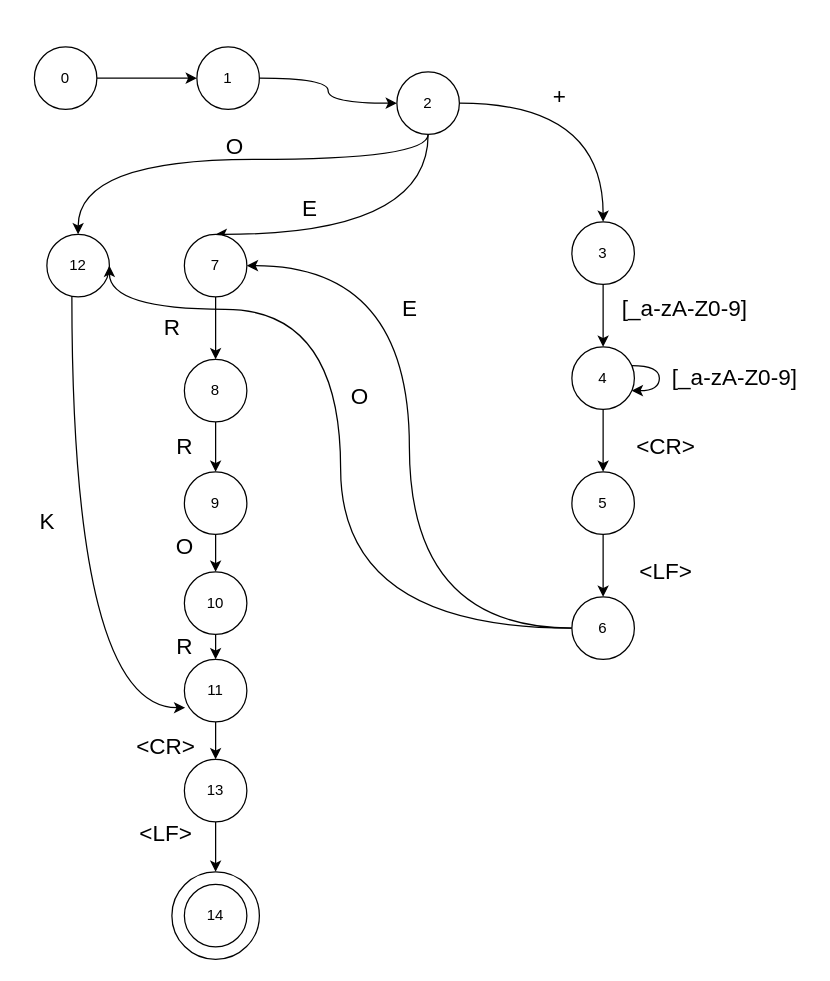
Before: SchemaTD.drawio in IonToncu/TD, a draw.io diagram. Source tidied: cells renumbered, new cells numbered last; positions are measured from the earlier drawing's top-left corner, leaving out a move shared by most shapes. Both pictures are drawn from the tidied source at 125%, with x=0, y=0 at pixel (21, 46).
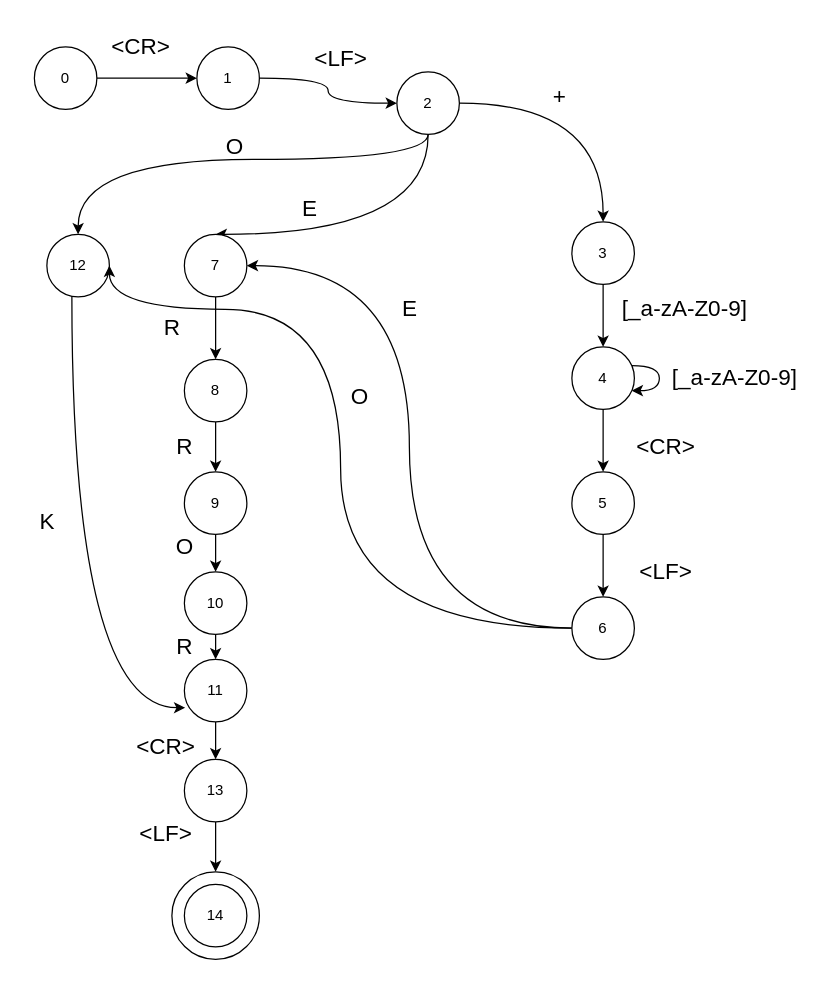
The same diagram, later.

Commit message:
Added notation for beginning

Change to the diagram source:
```diff
@@
+    <mxCell id="52" value="&amp;lt;CR&amp;gt;" style="text;html=1;align=center;verticalAlign=middle;strokeColor=none;fillColor=none;fontSize=18;" parent="1" vertex="1">
+      <mxGeometry x="60" y="-20" width="70" height="40" as="geometry" />
+    </mxCell>
+    <mxCell id="53" value="&amp;lt;LF&amp;gt;" style="text;html=1;align=center;verticalAlign=middle;strokeColor=none;fillColor=none;fontSize=18;" parent="1" vertex="1">
+      <mxGeometry x="220" y="-10" width="70" height="40" as="geometry" />
+    </mxCell>
```
